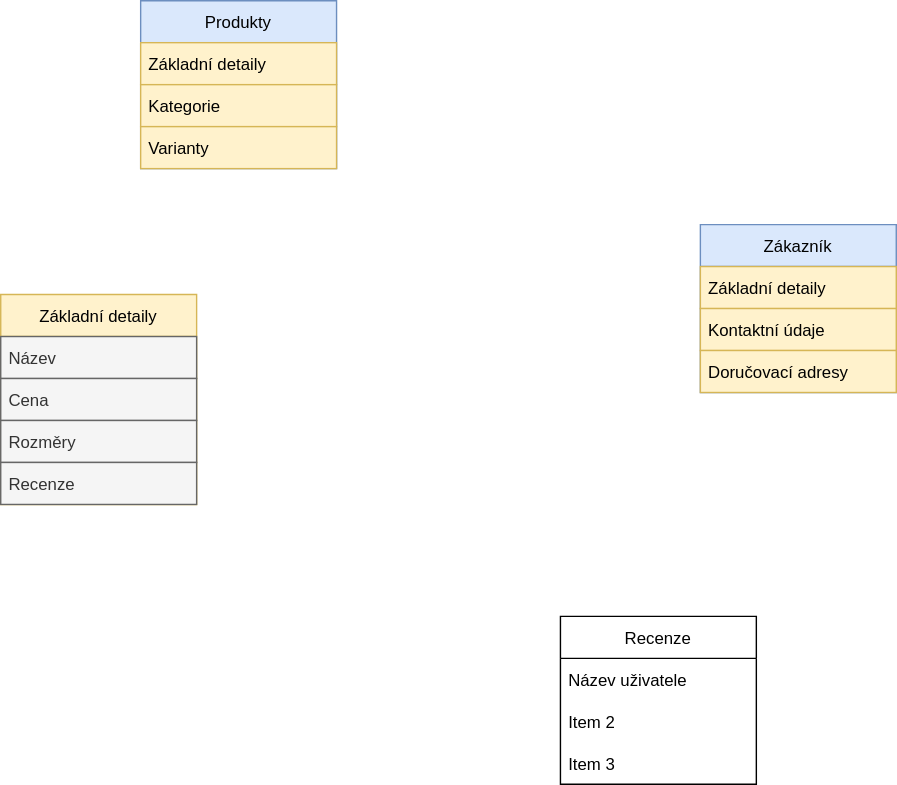
Above: Eshop.drawio.svg in TomasKelbasa/diagrams.net (draw.io), before the change. Source tidied: cells renumbered, new cells last; positions are measured from the earlier drawing's top-left corner, leaving out a move shared by most shapes.
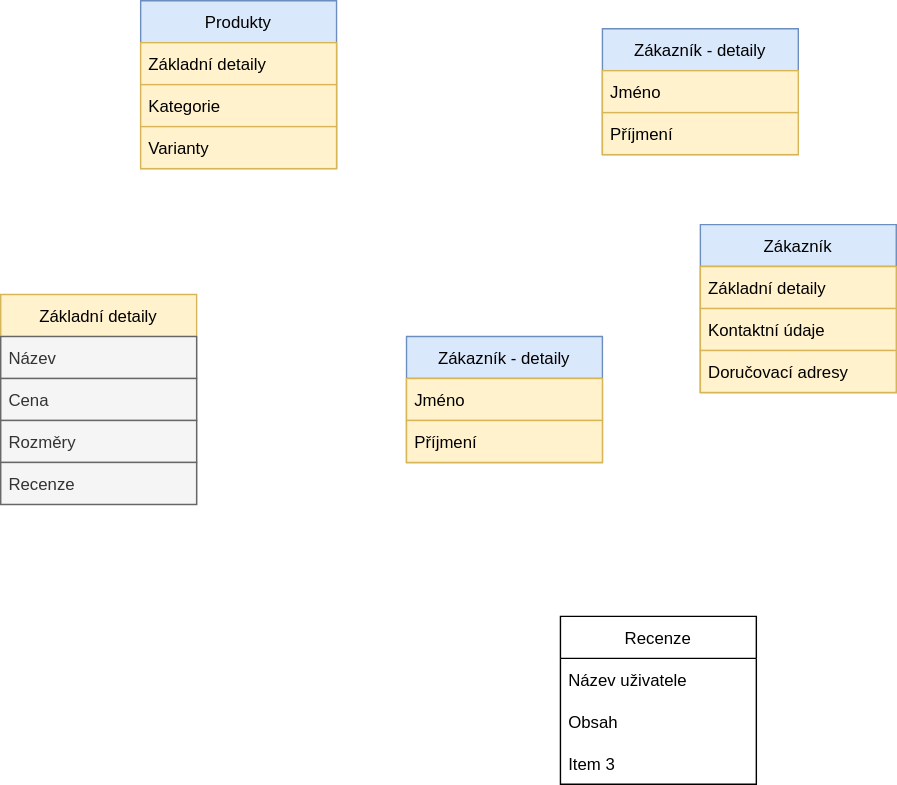
Later version of the same file.

The edit, as a diff of the source:
```diff
@@ -47,11 +47,29 @@
     <mxCell id="16" value="Název uživatele" style="text;strokeColor=none;fillColor=none;align=left;verticalAlign=middle;spacingLeft=4;spacingRight=4;overflow=hidden;" parent="15" vertex="1">
       <mxGeometry y="30" width="140" height="30" as="geometry" />
     </mxCell>
-    <mxCell id="17" value="Item 2" style="text;strokeColor=none;fillColor=none;align=left;verticalAlign=middle;spacingLeft=4;spacingRight=4;overflow=hidden;" parent="15" vertex="1">
+    <mxCell id="17" value="Obsah" style="text;strokeColor=none;fillColor=none;align=left;verticalAlign=middle;spacingLeft=4;spacingRight=4;overflow=hidden;" parent="15" vertex="1">
       <mxGeometry y="60" width="140" height="30" as="geometry" />
     </mxCell>
     <mxCell id="18" value="Item 3" style="text;strokeColor=none;fillColor=none;align=left;verticalAlign=middle;spacingLeft=4;spacingRight=4;overflow=hidden;" parent="15" vertex="1">
       <mxGeometry y="90" width="140" height="30" as="geometry" />
     </mxCell>
+    <mxCell id="19" value="Zákazník - detaily" style="swimlane;fontStyle=0;horizontal=1;startSize=30;fillColor=#dae8fc;strokeColor=#6c8ebf;" parent="1" vertex="1">
+      <mxGeometry x="290" y="240" width="140" height="90" as="geometry" />
+    </mxCell>
+    <mxCell id="20" value="Jméno" style="text;strokeColor=#d6b656;fillColor=#fff2cc;align=left;verticalAlign=middle;spacingLeft=4;spacingRight=4;overflow=hidden;" parent="19" vertex="1">
+      <mxGeometry y="30" width="140" height="30" as="geometry" />
+    </mxCell>
+    <mxCell id="21" value="Příjmení" style="text;strokeColor=#d6b656;fillColor=#fff2cc;align=left;verticalAlign=middle;spacingLeft=4;spacingRight=4;overflow=hidden;" parent="19" vertex="1">
+      <mxGeometry y="60" width="140" height="30" as="geometry" />
+    </mxCell>
+    <mxCell id="22" value="Zákazník - detaily" style="swimlane;fontStyle=0;horizontal=1;startSize=30;fillColor=#dae8fc;strokeColor=#6c8ebf;" parent="1" vertex="1">
+      <mxGeometry x="430" y="20" width="140" height="90" as="geometry" />
+    </mxCell>
+    <mxCell id="23" value="Jméno" style="text;strokeColor=#d6b656;fillColor=#fff2cc;align=left;verticalAlign=middle;spacingLeft=4;spacingRight=4;overflow=hidden;" parent="22" vertex="1">
+      <mxGeometry y="30" width="140" height="30" as="geometry" />
+    </mxCell>
+    <mxCell id="24" value="Příjmení" style="text;strokeColor=#d6b656;fillColor=#fff2cc;align=left;verticalAlign=middle;spacingLeft=4;spacingRight=4;overflow=hidden;" parent="22" vertex="1">
+      <mxGeometry y="60" width="140" height="30" as="geometry" />
+    </mxCell>
   </root>
 </mxGraphModel>
```
